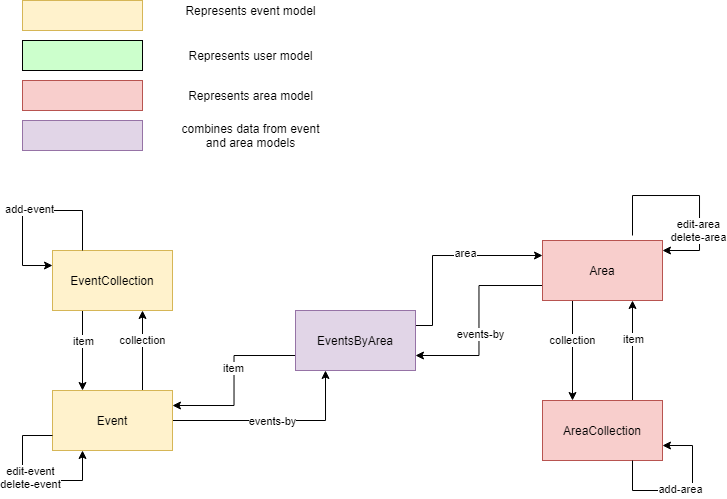
This is Statediagram_no_user.png from mitjakarki/pwp-project, a draw.io export, as it was before one commit. Source tidied: cells renumbered, new cells last; positions are measured from the earlier drawing's top-left corner, leaving out a move shared by most shapes.
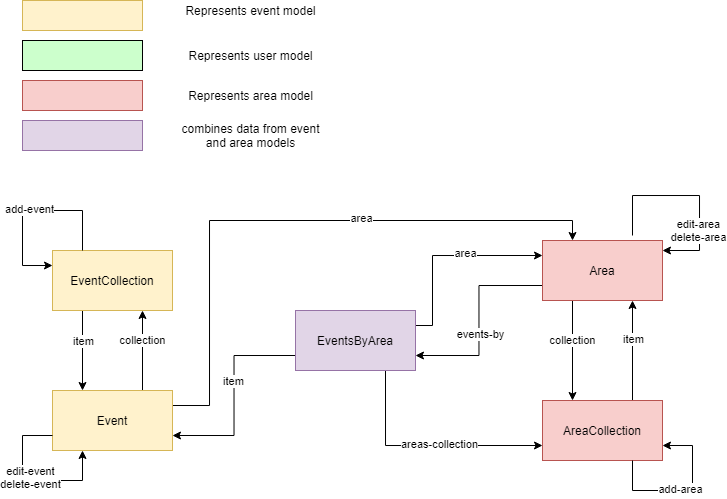
The same diagram one commit later.

What changed in the source:
```diff
@@ -44,7 +44,7 @@
     <mxCell id="11" value="Area" style="rounded=0;whiteSpace=wrap;html=1;fillColor=#f8cecc;strokeColor=#b85450;" parent="1" vertex="1">
       <mxGeometry x="520" y="240" width="120" height="60" as="geometry" />
     </mxCell>
-    <mxCell id="12" style="edgeStyle=orthogonalEdgeStyle;rounded=0;jettySize=auto;html=1;exitX=0;exitY=0.75;exitDx=0;exitDy=0;entryX=1;entryY=0.25;entryDx=0;entryDy=0;" parent="1" edge="1" source="16" target="28">
+    <mxCell id="12" style="edgeStyle=orthogonalEdgeStyle;rounded=0;jettySize=auto;html=1;exitX=0;exitY=0.75;exitDx=0;exitDy=0;entryX=1;entryY=0.75;entryDx=0;entryDy=0;" parent="1" edge="1" source="16" target="28">
       <mxGeometry relative="1" as="geometry" />
     </mxCell>
     <mxCell id="13" value="item" style="edgeLabel;html=1;align=center;verticalAlign=middle;" parent="12" vertex="1">
@@ -61,6 +61,12 @@
     <mxCell id="15" value="area" style="edgeLabel;html=1;align=center;verticalAlign=middle;" parent="14" vertex="1">
       <mxGeometry x="0.21" y="2" relative="1" as="geometry" />
     </mxCell>
+    <mxCell id="39" style="edgeStyle=orthogonalEdgeStyle;rounded=0;jettySize=auto;html=1;exitX=0.75;exitY=1;exitDx=0;exitDy=0;entryX=0;entryY=0.75;entryDx=0;entryDy=0;" parent="1" edge="1" source="16" target="21">
+      <mxGeometry relative="1" as="geometry" />
+    </mxCell>
+    <mxCell id="40" value="areas-collection" style="edgeLabel;html=1;align=center;verticalAlign=middle;" parent="39" vertex="1">
+      <mxGeometry x="0.11" y="1" relative="1" as="geometry" />
+    </mxCell>
     <mxCell id="16" value="EventsByArea" style="rounded=0;whiteSpace=wrap;html=1;fillColor=#e1d5e7;strokeColor=#9673a6;" parent="1" vertex="1">
       <mxGeometry x="273" y="310" width="120" height="60" as="geometry" />
     </mxCell>
@@ -103,12 +109,18 @@
     <mxCell id="25" value="collection" style="edgeLabel;html=1;align=center;verticalAlign=middle;" parent="24" vertex="1">
       <mxGeometry x="0.25" relative="1" as="geometry" />
     </mxCell>
-    <mxCell id="26" style="edgeStyle=orthogonalEdgeStyle;rounded=0;jettySize=auto;html=1;exitX=1;exitY=0.5;exitDx=0;exitDy=0;entryX=0.25;entryY=1;entryDx=0;entryDy=0;" parent="1" edge="1" source="28" target="16">
-      <mxGeometry relative="1" as="geometry" />
-    </mxCell>
-    <mxCell id="27" value="events-by" style="edgeLabel;html=1;align=center;verticalAlign=middle;" parent="26" vertex="1">
-      <mxGeometry x="-0.02" y="-1" relative="1" as="geometry" />
-    </mxCell>
+    <mxCell id="41" style="edgeStyle=orthogonalEdgeStyle;rounded=0;jettySize=auto;html=1;exitX=1;exitY=0.25;exitDx=0;exitDy=0;entryX=0.25;entryY=0;entryDx=0;entryDy=0;" parent="1" edge="1" source="28" target="11">
+      <mxGeometry relative="1" as="geometry">
+        <Array as="points">
+          <mxPoint x="187" y="405" />
+          <mxPoint x="187" y="220" />
+          <mxPoint x="550" y="220" />
+        </Array>
+      </mxGeometry>
+    </mxCell>
+    <mxCell id="42" value="area" style="edgeLabel;html=1;align=center;verticalAlign=middle;" parent="41" vertex="1">
+      <mxGeometry x="0.24" y="2" relative="1" as="geometry" />
+    </mxCell>
     <mxCell id="28" value="Event" style="rounded=0;whiteSpace=wrap;html=1;fillColor=#fff2cc;strokeColor=#d6b656;" parent="1" vertex="1">
       <mxGeometry x="30" y="390" width="120" height="60" as="geometry" />
     </mxCell>
```
